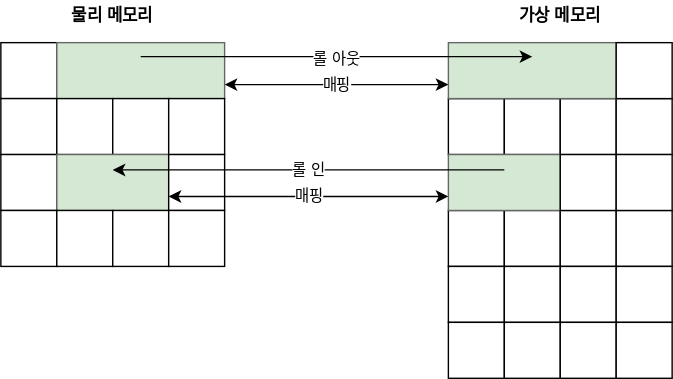
statios/diagrams keeps this draw.io diagram as os_mapping_segmentation.svg. Above is the earlier version. Source tidied: cells renumbered, new cells last; positions are measured from the earlier drawing's top-left corner, leaving out a move shared by most shapes. Its diagram source:
```xml
<mxGraphModel>
  <root>
    <mxCell id="0" />
    <mxCell id="1" parent="0" />
    <mxCell id="2" style="rounded=0;whiteSpace=wrap;html=1;" parent="1" vertex="1">
      <mxGeometry y="30" width="40" height="40" as="geometry" />
    </mxCell>
    <mxCell id="3" style="rounded=0;whiteSpace=wrap;html=1;fontColor=#333333;strokeColor=#666666;fillColor=#D5E8D4;" parent="1" vertex="1">
      <mxGeometry x="40" y="30" width="120" height="40" as="geometry" />
    </mxCell>
    <mxCell id="4" style="rounded=0;whiteSpace=wrap;html=1;" parent="1" vertex="1">
      <mxGeometry y="70" width="40" height="40" as="geometry" />
    </mxCell>
    <mxCell id="5" style="rounded=0;whiteSpace=wrap;html=1;" parent="1" vertex="1">
      <mxGeometry x="40" y="70" width="40" height="40" as="geometry" />
    </mxCell>
    <mxCell id="6" style="rounded=0;whiteSpace=wrap;html=1;" parent="1" vertex="1">
      <mxGeometry x="80" y="70" width="40" height="40" as="geometry" />
    </mxCell>
    <mxCell id="7" style="rounded=0;whiteSpace=wrap;html=1;" parent="1" vertex="1">
      <mxGeometry x="120" y="70" width="40" height="40" as="geometry" />
    </mxCell>
    <mxCell id="8" style="rounded=0;whiteSpace=wrap;html=1;" parent="1" vertex="1">
      <mxGeometry y="110" width="40" height="40" as="geometry" />
    </mxCell>
    <mxCell id="9" style="rounded=0;whiteSpace=wrap;html=1;fontColor=#333333;strokeColor=#666666;fillColor=#D5E8D4;" parent="1" vertex="1">
      <mxGeometry x="40" y="110" width="80" height="40" as="geometry" />
    </mxCell>
    <mxCell id="10" style="rounded=0;whiteSpace=wrap;html=1;" parent="1" vertex="1">
      <mxGeometry x="120" y="110" width="40" height="40" as="geometry" />
    </mxCell>
    <mxCell id="11" style="rounded=0;whiteSpace=wrap;html=1;" parent="1" vertex="1">
      <mxGeometry y="150" width="40" height="40" as="geometry" />
    </mxCell>
    <mxCell id="12" style="rounded=0;whiteSpace=wrap;html=1;" parent="1" vertex="1">
      <mxGeometry x="40" y="150" width="40" height="40" as="geometry" />
    </mxCell>
    <mxCell id="13" style="rounded=0;whiteSpace=wrap;html=1;" parent="1" vertex="1">
      <mxGeometry x="80" y="150" width="40" height="40" as="geometry" />
    </mxCell>
    <mxCell id="14" style="rounded=0;whiteSpace=wrap;html=1;" parent="1" vertex="1">
      <mxGeometry x="120" y="150" width="40" height="40" as="geometry" />
    </mxCell>
    <mxCell id="15" style="rounded=0;whiteSpace=wrap;html=1;" parent="1" vertex="1">
      <mxGeometry x="320" y="70" width="40" height="40" as="geometry" />
    </mxCell>
    <mxCell id="16" style="rounded=0;whiteSpace=wrap;html=1;" parent="1" vertex="1">
      <mxGeometry x="360" y="70" width="40" height="40" as="geometry" />
    </mxCell>
    <mxCell id="17" style="rounded=0;whiteSpace=wrap;html=1;" parent="1" vertex="1">
      <mxGeometry x="400" y="70" width="40" height="40" as="geometry" />
    </mxCell>
    <mxCell id="18" style="rounded=0;whiteSpace=wrap;html=1;" parent="1" vertex="1">
      <mxGeometry x="440" y="70" width="40" height="40" as="geometry" />
    </mxCell>
    <mxCell id="19" style="rounded=0;whiteSpace=wrap;html=1;" parent="1" vertex="1">
      <mxGeometry x="320" y="150" width="40" height="40" as="geometry" />
    </mxCell>
    <mxCell id="20" style="rounded=0;whiteSpace=wrap;html=1;" parent="1" vertex="1">
      <mxGeometry x="360" y="150" width="40" height="40" as="geometry" />
    </mxCell>
    <mxCell id="21" style="rounded=0;whiteSpace=wrap;html=1;" parent="1" vertex="1">
      <mxGeometry x="400" y="150" width="40" height="40" as="geometry" />
    </mxCell>
    <mxCell id="22" style="rounded=0;whiteSpace=wrap;html=1;" parent="1" vertex="1">
      <mxGeometry x="440" y="150" width="40" height="40" as="geometry" />
    </mxCell>
    <mxCell id="23" style="rounded=0;whiteSpace=wrap;html=1;fontColor=#333333;strokeColor=#666666;fillColor=#D5E8D4;" parent="1" vertex="1">
      <mxGeometry x="320" y="30" width="120" height="40" as="geometry" />
    </mxCell>
    <mxCell id="24" style="rounded=0;whiteSpace=wrap;html=1;" parent="1" vertex="1">
      <mxGeometry x="440" y="30" width="40" height="40" as="geometry" />
    </mxCell>
    <mxCell id="25" style="rounded=0;whiteSpace=wrap;html=1;strokeColor=#666666;fontColor=#333333;fillColor=#D5E8D4;" parent="1" vertex="1">
      <mxGeometry x="320" y="110" width="80" height="40" as="geometry" />
    </mxCell>
    <mxCell id="26" style="rounded=0;whiteSpace=wrap;html=1;" parent="1" vertex="1">
      <mxGeometry x="400" y="110" width="40" height="40" as="geometry" />
    </mxCell>
    <mxCell id="27" style="rounded=0;whiteSpace=wrap;html=1;" parent="1" vertex="1">
      <mxGeometry x="440" y="110" width="40" height="40" as="geometry" />
    </mxCell>
    <mxCell id="28" style="rounded=0;whiteSpace=wrap;html=1;" parent="1" vertex="1">
      <mxGeometry x="320" y="190" width="40" height="40" as="geometry" />
    </mxCell>
    <mxCell id="29" style="rounded=0;whiteSpace=wrap;html=1;" parent="1" vertex="1">
      <mxGeometry x="360" y="190" width="40" height="40" as="geometry" />
    </mxCell>
    <mxCell id="30" style="rounded=0;whiteSpace=wrap;html=1;" parent="1" vertex="1">
      <mxGeometry x="400" y="190" width="40" height="40" as="geometry" />
    </mxCell>
    <mxCell id="31" style="rounded=0;whiteSpace=wrap;html=1;" parent="1" vertex="1">
      <mxGeometry x="440" y="190" width="40" height="40" as="geometry" />
    </mxCell>
    <mxCell id="32" style="rounded=0;whiteSpace=wrap;html=1;" parent="1" vertex="1">
      <mxGeometry x="320" y="230" width="40" height="40" as="geometry" />
    </mxCell>
    <mxCell id="33" style="rounded=0;whiteSpace=wrap;html=1;" parent="1" vertex="1">
      <mxGeometry x="360" y="230" width="40" height="40" as="geometry" />
    </mxCell>
    <mxCell id="34" style="rounded=0;whiteSpace=wrap;html=1;" parent="1" vertex="1">
      <mxGeometry x="400" y="230" width="40" height="40" as="geometry" />
    </mxCell>
    <mxCell id="35" style="rounded=0;whiteSpace=wrap;html=1;" parent="1" vertex="1">
      <mxGeometry x="440" y="230" width="40" height="40" as="geometry" />
    </mxCell>
    <mxCell id="36" value="&lt;b&gt;물리 메모리&lt;/b&gt;" style="text;html=1;strokeColor=none;fillColor=none;align=center;verticalAlign=bottom;whiteSpace=wrap;rounded=0;" parent="1" vertex="1">
      <mxGeometry width="160" height="20" as="geometry" />
    </mxCell>
    <mxCell id="37" value="&lt;b&gt;가상 메모리&lt;/b&gt;" style="text;html=1;strokeColor=none;fillColor=none;align=center;verticalAlign=bottom;whiteSpace=wrap;rounded=0;" parent="1" vertex="1">
      <mxGeometry x="320" width="160" height="20" as="geometry" />
    </mxCell>
    <mxCell id="38" style="endArrow=classic;html=1;exitX=0.5;exitY=0.5;exitDx=0;exitDy=0;exitPerimeter=0;entryX=0.5;entryY=0.5;entryDx=0;entryDy=0;entryPerimeter=0;" parent="1" edge="1">
      <mxGeometry relative="1" as="geometry">
        <mxPoint x="100" y="40" as="sourcePoint" />
        <mxPoint x="380" y="40" as="targetPoint" />
      </mxGeometry>
    </mxCell>
    <mxCell id="39" value="롤 아웃" style="edgeLabel;html=1;align=center;verticalAlign=middle;" parent="38" vertex="1">
      <mxGeometry x="-0.01" y="-1" relative="1" as="geometry" />
    </mxCell>
    <mxCell id="40" value="롤 인" style="endArrow=classic;html=1;entryX=0.5;entryY=0.5;entryDx=0;entryDy=0;entryPerimeter=0;exitX=0.5;exitY=0.5;exitDx=0;exitDy=0;exitPerimeter=0;" parent="1" edge="1">
      <mxGeometry relative="1" as="geometry">
        <mxPoint x="360" y="121" as="sourcePoint" />
        <mxPoint x="80" y="121" as="targetPoint" />
      </mxGeometry>
    </mxCell>
    <mxCell id="41" value="매핑" style="endArrow=classic;startArrow=classic;html=1;exitX=1;exitY=0.75;exitDx=0;exitDy=0;entryX=0;entryY=0.75;entryDx=0;entryDy=0;" parent="1" edge="1" source="3" target="23">
      <mxGeometry relative="1" as="geometry" />
    </mxCell>
    <mxCell id="42" value="매핑" style="endArrow=classic;startArrow=classic;html=1;exitX=0;exitY=0.75;exitDx=0;exitDy=0;entryX=0;entryY=0.75;entryDx=0;entryDy=0;" parent="1" edge="1" source="10" target="25">
      <mxGeometry relative="1" as="geometry" />
    </mxCell>
  </root>
</mxGraphModel>
```
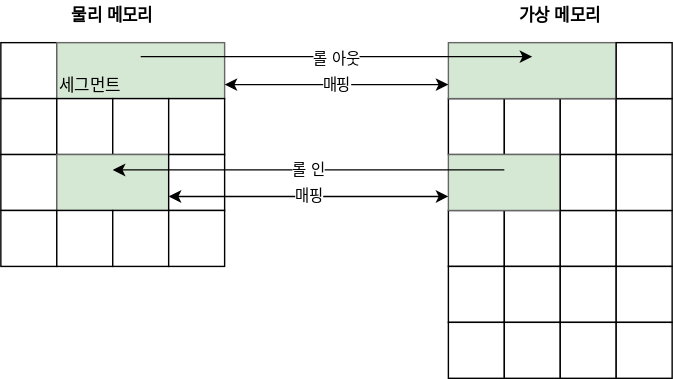
After the change.

What changed in the source:
```diff
@@ -131,5 +131,8 @@
     <mxCell id="42" value="매핑" style="endArrow=classic;startArrow=classic;html=1;exitX=0;exitY=0.75;exitDx=0;exitDy=0;entryX=0;entryY=0.75;entryDx=0;entryDy=0;" parent="1" edge="1" source="10" target="25">
       <mxGeometry relative="1" as="geometry" />
     </mxCell>
+    <mxCell id="43" value="세그먼트" style="text;html=1;strokeColor=none;fillColor=none;align=left;verticalAlign=bottom;whiteSpace=wrap;rounded=0;" parent="1" vertex="1">
+      <mxGeometry x="40" y="50" width="70" height="20" as="geometry" />
+    </mxCell>
   </root>
 </mxGraphModel>
```
